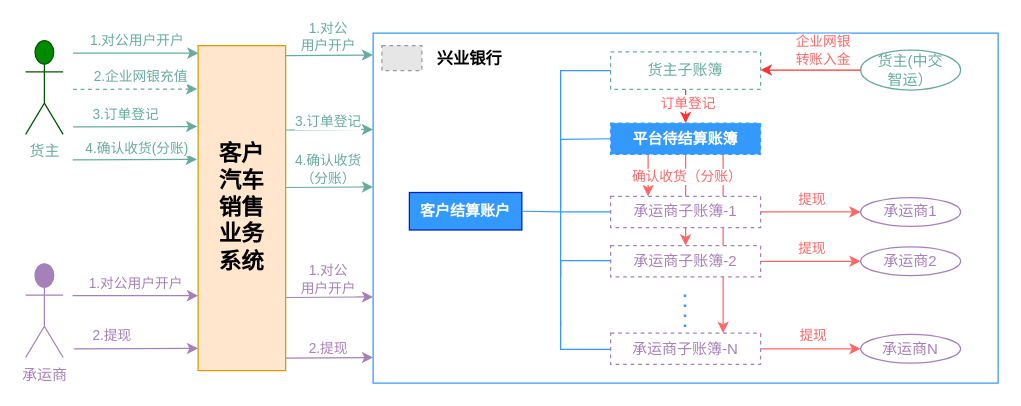
Before: page "电汇方案" (2 of 3) of 汽车直销方案.drawio in linkun199011/draw-io, a draw.io diagram. Source tidied: cells renumbered, new cells numbered last; positions are measured from the earlier drawing's top-left corner, leaving out a move shared by most shapes. Both pictures are drawn from the tidied source at 125%, with x=0, y=0 at pixel (25, 32). Pictures stored in the file or linked from it are replaced by grey dashed boxes.
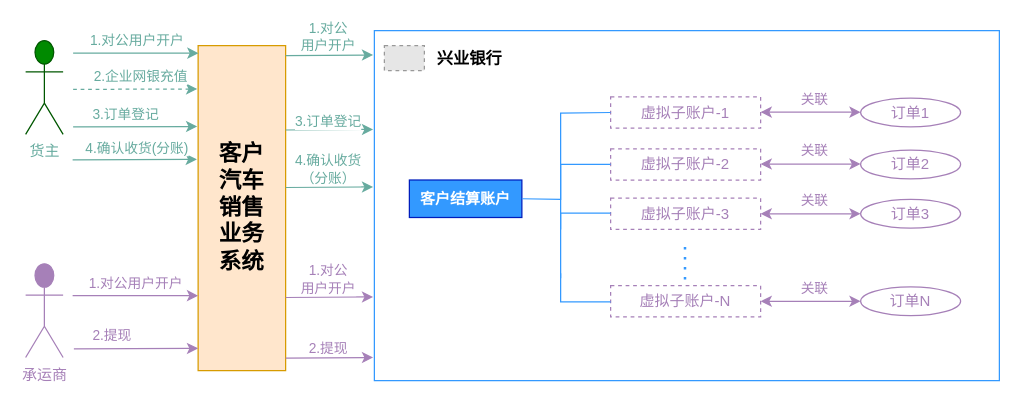
The same page after the edit.

Commit message:
更新汽车直销方案.drawio

The edit, as a diff of the source:
```diff
@@
-    <mxCell id="3" style="rounded=0;whiteSpace=wrap;html=1;fontSize=18;fontStyle=1;align=left;strokeColor=#3399FF;" parent="1" vertex="1">
-      <mxGeometry x="278" width="500" height="280" as="geometry" />
+    <mxCell id="3" style="rounded=0;whiteSpace=wrap;html=1;fontSize=18;fontStyle=1;align=left;strokeColor=#3399FF;fillColor=none;" parent="1" vertex="1">
+      <mxGeometry x="279" y="-2" width="500" height="280" as="geometry" />
     </mxCell>
     <mxCell id="4" style="fillColor=#E6E6E6;strokeColor=#999999;dashed=1;verticalLabelPosition=bottom;labelBackgroundColor=default;verticalAlign=top;" parent="1" vertex="1">
-      <mxGeometry x="285" y="10" width="32" height="19.9" as="geometry" />
+      <mxGeometry x="287" y="10" width="32" height="19.9" as="geometry" />
     </mxCell>
     <mxCell id="5" value="&lt;b&gt;&lt;font color=&quot;#ffffff&quot;&gt;客户结算账户&lt;/font&gt;&lt;/b&gt;" style="rounded=0;whiteSpace=wrap;html=1;fillColor=#3399FF;strokeColor=#001DBC;fontColor=#ffffff;" parent="1" vertex="1">
-      <mxGeometry x="307" y="127.5" width="90" height="30" as="geometry" />
+      <mxGeometry x="307" y="117.5" width="90" height="30" as="geometry" />
     </mxCell>
-    <mxCell id="6" style="edgeStyle=orthogonalEdgeStyle;rounded=0;jettySize=auto;html=1;entryX=0.5;entryY=0;entryDx=0;entryDy=0;strokeColor=#FF3333;" parent="1" edge="1" source="8" target="13">
-      <mxGeometry relative="1" as="geometry" />
-    </mxCell>
-    <mxCell id="7" value="订单登记" style="edgeLabel;html=1;align=center;verticalAlign=middle;fontColor=#FF6666;" parent="6" vertex="1">
-      <mxGeometry x="-0.54" y="1" relative="1" as="geometry">
-        <mxPoint y="-2" as="offset" />
-      </mxGeometry>
-    </mxCell>
-    <mxCell id="8" value="货主子账簿" style="rounded=0;whiteSpace=wrap;html=1;fillColor=#FFFFFF;strokeColor=#67AB9F;fontColor=#67AB9F;dashed=1;fontStyle=0;" parent="1" vertex="1">
-      <mxGeometry x="468" y="15" width="120" height="30" as="geometry" />
-    </mxCell>
-    <mxCell id="9" style="edgeStyle=orthogonalEdgeStyle;rounded=0;jettySize=auto;html=1;entryX=0.25;entryY=0;entryDx=0;entryDy=0;exitX=0.25;exitY=1;exitDx=0;exitDy=0;strokeColor=#FF6666;" parent="1" edge="1" source="13" target="16">
-      <mxGeometry relative="1" as="geometry" />
-    </mxCell>
-    <mxCell id="10" style="edgeStyle=orthogonalEdgeStyle;rounded=0;jettySize=auto;html=1;entryX=0.5;entryY=0;entryDx=0;entryDy=0;exitX=0.5;exitY=1;exitDx=0;exitDy=0;strokeColor=#FF6666;" parent="1" edge="1" source="13" target="19">
-      <mxGeometry relative="1" as="geometry" />
-    </mxCell>
-    <mxCell id="11" style="edgeStyle=orthogonalEdgeStyle;rounded=0;jettySize=auto;html=1;entryX=0.75;entryY=0;entryDx=0;entryDy=0;exitX=0.75;exitY=1;exitDx=0;exitDy=0;strokeColor=#FF6666;" parent="1" edge="1" source="13" target="22">
-      <mxGeometry relative="1" as="geometry" />
-    </mxCell>
-    <mxCell id="12" value="确认收货（分账）" style="edgeLabel;html=1;align=center;verticalAlign=middle;fontColor=#FF6666;" parent="11" vertex="1">
-      <mxGeometry x="0.3" y="-2" relative="1" as="geometry">
-        <mxPoint x="-28" y="-76" as="offset" />
-      </mxGeometry>
-    </mxCell>
-    <mxCell id="13" value="&lt;font color=&quot;#ffffff&quot;&gt;&lt;b&gt;平台待结算账簿&lt;/b&gt;&lt;/font&gt;" style="rounded=0;whiteSpace=wrap;html=1;fillColor=#3399FF;strokeColor=#3399FF;fontColor=#000000;dashed=1;fontStyle=0;" parent="1" vertex="1">
-      <mxGeometry x="468" y="72" width="120" height="25" as="geometry" />
+    <mxCell id="13" value="&lt;font color=&quot;#a680b8&quot;&gt;&lt;span style=&quot;caret-color: rgb(166, 128, 184);&quot;&gt;虚拟子账户-1&lt;/span&gt;&lt;/font&gt;" style="rounded=0;whiteSpace=wrap;html=1;fillColor=none;strokeColor=#A680B8;fontColor=#000000;dashed=1;fontStyle=0;" parent="1" vertex="1">
+      <mxGeometry x="468" y="51" width="120" height="25" as="geometry" />
     </mxCell>
-    <mxCell id="14" style="edgeStyle=orthogonalEdgeStyle;rounded=0;jettySize=auto;html=1;entryX=0;entryY=0.5;entryDx=0;entryDy=0;strokeColor=#FF6666;" parent="1" edge="1" source="16" target="32">
-      <mxGeometry relative="1" as="geometry" />
-    </mxCell>
-    <mxCell id="15" value="提现" style="edgeLabel;html=1;align=center;verticalAlign=middle;fontColor=#FF6666;" parent="14" vertex="1">
-      <mxGeometry x="0.15" y="1" relative="1" as="geometry">
-        <mxPoint x="-6" y="-10" as="offset" />
-      </mxGeometry>
-    </mxCell>
-    <mxCell id="16" value="&lt;span&gt;承运商子账簿-1&lt;/span&gt;" style="rounded=0;whiteSpace=wrap;html=1;fillColor=#FFFFFF;strokeColor=#A680B8;fontColor=#A680B8;dashed=1;fontStyle=0;" parent="1" vertex="1">
-      <mxGeometry x="468" y="130.5" width="120" height="25" as="geometry" />
+    <mxCell id="16" value="&lt;span&gt;虚拟子账户-2&lt;/span&gt;" style="rounded=0;whiteSpace=wrap;html=1;fillColor=#FFFFFF;strokeColor=#A680B8;fontColor=#A680B8;dashed=1;fontStyle=0;" parent="1" vertex="1">
+      <mxGeometry x="468" y="92.5" width="120" height="25" as="geometry" />
     </mxCell>
-    <mxCell id="17" style="edgeStyle=orthogonalEdgeStyle;rounded=0;jettySize=auto;html=1;entryX=0;entryY=0.5;entryDx=0;entryDy=0;strokeColor=#FF6666;" parent="1" edge="1" source="19" target="33">
-      <mxGeometry relative="1" as="geometry" />
-    </mxCell>
-    <mxCell id="18" value="提现" style="edgeLabel;html=1;align=center;verticalAlign=middle;fontColor=#FF6666;" parent="17" vertex="1">
-      <mxGeometry y="1" relative="1" as="geometry">
-        <mxPoint y="-10" as="offset" />
-      </mxGeometry>
-    </mxCell>
-    <mxCell id="19" value="&lt;span&gt;承运商子账簿-2&lt;/span&gt;" style="rounded=0;whiteSpace=wrap;html=1;fillColor=#FFFFFF;strokeColor=#A680B8;fontColor=#A680B8;dashed=1;fontStyle=0;" parent="1" vertex="1">
-      <mxGeometry x="468" y="170" width="120" height="25" as="geometry" />
+    <mxCell id="19" value="虚拟子账户&lt;span&gt;-3&lt;/span&gt;" style="rounded=0;whiteSpace=wrap;html=1;fillColor=#FFFFFF;strokeColor=#A680B8;fontColor=#A680B8;dashed=1;fontStyle=0;" parent="1" vertex="1">
+      <mxGeometry x="468" y="132" width="120" height="25" as="geometry" />
     </mxCell>
-    <mxCell id="20" style="edgeStyle=orthogonalEdgeStyle;rounded=0;jettySize=auto;html=1;entryX=0;entryY=0.5;entryDx=0;entryDy=0;strokeColor=#FF6666;" parent="1" edge="1" source="22" target="34">
-      <mxGeometry relative="1" as="geometry" />
-    </mxCell>
-    <mxCell id="21" value="提现" style="edgeLabel;html=1;align=center;verticalAlign=middle;fontColor=#FF6666;" parent="20" vertex="1">
-      <mxGeometry x="0.19" relative="1" as="geometry">
-        <mxPoint x="-7" y="-11" as="offset" />
-      </mxGeometry>
-    </mxCell>
-    <mxCell id="22" value="&lt;span&gt;承运商子账簿-N&lt;/span&gt;" style="rounded=0;whiteSpace=wrap;html=1;fillColor=#FFFFFF;strokeColor=#A680B8;fontColor=#A680B8;dashed=1;fontStyle=0;" parent="1" vertex="1">
-      <mxGeometry x="468" y="240" width="120" height="25" as="geometry" />
+    <mxCell id="22" value="虚拟子账户&lt;span&gt;-N&lt;/span&gt;" style="rounded=0;whiteSpace=wrap;html=1;fillColor=#FFFFFF;strokeColor=#A680B8;fontColor=#A680B8;dashed=1;fontStyle=0;" parent="1" vertex="1">
+      <mxGeometry x="468" y="202" width="120" height="25" as="geometry" />
     </mxCell>
     <mxCell id="23" style="endArrow=none;dashed=1;html=1;dashPattern=1 3;strokeWidth=2;rounded=0;strokeColor=#3399FF;fontStyle=0;fontColor=#A680B8;" parent="1" edge="1">
       <mxGeometry relative="1" as="geometry">
-        <mxPoint x="527.5" y="235" as="sourcePoint" />
-        <mxPoint x="527.5" y="205" as="targetPoint" />
+        <mxPoint x="527.5" y="197" as="sourcePoint" />
+        <mxPoint x="527.5" y="167" as="targetPoint" />
       </mxGeometry>
     </mxCell>
-    <mxCell id="24" style="endArrow=none;html=1;rounded=0;entryX=0;entryY=0.5;entryDx=0;entryDy=0;exitX=1;exitY=0.5;exitDx=0;exitDy=0;strokeColor=#3399FF;" parent="1" edge="1" source="5" target="8">
+    <mxCell id="24" style="endArrow=none;html=1;rounded=0;entryX=0;entryY=0.5;entryDx=0;entryDy=0;exitX=1;exitY=0.5;exitDx=0;exitDy=0;strokeColor=#3399FF;" parent="1" edge="1" source="5" target="13">
       <mxGeometry relative="1" as="geometry">
         <Array as="points">
-          <mxPoint x="428" y="143" />
-          <mxPoint x="428" y="30" />
+          <mxPoint x="428" y="133" />
+          <mxPoint x="428" y="64" />
         </Array>
       </mxGeometry>
     </mxCell>
-    <mxCell id="25" style="endArrow=none;html=1;rounded=0;entryX=0;entryY=0.5;entryDx=0;entryDy=0;strokeColor=#3399FF;" parent="1" edge="1" target="13">
-      <mxGeometry relative="1" as="geometry">
-        <mxPoint x="428" y="120" as="sourcePoint" />
-        <Array as="points">
-          <mxPoint x="428" y="140" />
-          <mxPoint x="428" y="85" />
-        </Array>
-      </mxGeometry>
-    </mxCell>
     <mxCell id="26" style="endArrow=none;html=1;rounded=0;entryX=0;entryY=0.5;entryDx=0;entryDy=0;strokeColor=#3399FF;" parent="1" edge="1">
       <mxGeometry relative="1" as="geometry">
-        <mxPoint x="428" y="175" as="sourcePoint" />
-        <mxPoint x="468" y="143" as="targetPoint" />
+        <mxPoint x="428" y="137" as="sourcePoint" />
+        <mxPoint x="468" y="105" as="targetPoint" />
         <Array as="points">
-          <mxPoint x="428" y="195" />
-          <mxPoint x="428" y="143" />
+          <mxPoint x="428" y="157" />
+          <mxPoint x="428" y="105" />
         </Array>
       </mxGeometry>
     </mxCell>
     <mxCell id="27" style="endArrow=none;html=1;rounded=0;entryX=0;entryY=0.5;entryDx=0;entryDy=0;strokeColor=#3399FF;" parent="1" edge="1">
       <mxGeometry relative="1" as="geometry">
-        <mxPoint x="428" y="214" as="sourcePoint" />
-        <mxPoint x="468" y="182" as="targetPoint" />
+        <mxPoint x="428" y="176" as="sourcePoint" />
+        <mxPoint x="468" y="144" as="targetPoint" />
         <Array as="points">
-          <mxPoint x="428" y="234" />
-          <mxPoint x="428" y="182" />
+          <mxPoint x="428" y="196" />
+          <mxPoint x="428" y="144" />
         </Array>
       </mxGeometry>
     </mxCell>
     <mxCell id="28" style="endArrow=none;html=1;rounded=0;entryX=0;entryY=0.5;entryDx=0;entryDy=0;strokeColor=#3399FF;" parent="1" edge="1">
       <mxGeometry relative="1" as="geometry">
-        <mxPoint x="428" y="230" as="sourcePoint" />
-        <mxPoint x="468" y="253" as="targetPoint" />
+        <mxPoint x="428" y="192" as="sourcePoint" />
+        <mxPoint x="468" y="215" as="targetPoint" />
         <Array as="points">
-          <mxPoint x="428" y="230" />
-          <mxPoint x="428" y="253" />
+          <mxPoint x="428" y="192" />
+          <mxPoint x="428" y="215" />
         </Array>
       </mxGeometry>
     </mxCell>
-    <mxCell id="29" value="货主(中交&lt;br&gt;智运）" style="ellipse;whiteSpace=wrap;html=1;strokeColor=#67AB9F;fontColor=#67AB9F;" parent="1" vertex="1">
-      <mxGeometry x="668" y="13.5" width="80" height="32" as="geometry" />
-    </mxCell>
-    <mxCell id="30" style="endArrow=classic;html=1;rounded=0;entryX=1;entryY=0.5;entryDx=0;entryDy=0;exitX=0;exitY=0.5;exitDx=0;exitDy=0;strokeColor=#FF3333;" parent="1" edge="1" source="29">
-      <mxGeometry relative="1" as="geometry">
-        <mxPoint x="588" y="29.5" as="targetPoint" />
-      </mxGeometry>
-    </mxCell>
-    <mxCell id="31" value="企业网银&lt;br&gt;转账入金" style="edgeLabel;html=1;align=center;verticalAlign=middle;fontColor=#FF6666;" parent="30" vertex="1">
-      <mxGeometry x="-0.22" y="-2" relative="1" as="geometry">
-        <mxPoint y="-14" as="offset" />
-      </mxGeometry>
-    </mxCell>
-    <mxCell id="32" value="承运商1" style="ellipse;whiteSpace=wrap;html=1;strokeColor=#A680B8;fontColor=#A680B8;" parent="1" vertex="1">
-      <mxGeometry x="668" y="131.5" width="80" height="23" as="geometry" />
+    <mxCell id="32" value="订单2" style="ellipse;whiteSpace=wrap;html=1;strokeColor=#A680B8;fontColor=#A680B8;" parent="1" vertex="1">
+      <mxGeometry x="668" y="93.5" width="80" height="23" as="geometry" />
     </mxCell>
-    <mxCell id="33" value="承运商2" style="ellipse;whiteSpace=wrap;html=1;strokeColor=#A680B8;fontColor=#A680B8;" parent="1" vertex="1">
-      <mxGeometry x="668" y="171" width="80" height="23" as="geometry" />
+    <mxCell id="33" value="订单3" style="ellipse;whiteSpace=wrap;html=1;strokeColor=#A680B8;fontColor=#A680B8;" parent="1" vertex="1">
+      <mxGeometry x="668" y="133" width="80" height="23" as="geometry" />
     </mxCell>
-    <mxCell id="34" value="承运商N" style="ellipse;whiteSpace=wrap;html=1;strokeColor=#A680B8;fontColor=#A680B8;" parent="1" vertex="1">
-      <mxGeometry x="668" y="241" width="80" height="23" as="geometry" />
+    <mxCell id="34" value="订单N" style="ellipse;whiteSpace=wrap;html=1;strokeColor=#A680B8;fontColor=#A680B8;" parent="1" vertex="1">
+      <mxGeometry x="668" y="203" width="80" height="23" as="geometry" />
     </mxCell>
@@
+    <mxCell id="20" style="endArrow=classic;startArrow=classic;html=1;rounded=0;edgeStyle=orthogonalEdgeStyle;entryX=0;entryY=0.5;entryDx=0;entryDy=0;exitX=1;exitY=0.5;exitDx=0;exitDy=0;fontColor=#A680B8;strokeColor=#A680B8;" parent="1" edge="1" source="22" target="34">
+      <mxGeometry relative="1" as="geometry" />
+    </mxCell>
+    <mxCell id="60" value="关联" style="edgeLabel;html=1;align=center;verticalAlign=middle;fontColor=#A680B8;" parent="20" vertex="1">
+      <mxGeometry x="0.27" y="3" relative="1" as="geometry">
+        <mxPoint x="-9" y="-8" as="offset" />
+      </mxGeometry>
+    </mxCell>
+    <mxCell id="61" style="endArrow=classic;startArrow=classic;html=1;rounded=0;edgeStyle=orthogonalEdgeStyle;entryX=0;entryY=0.5;entryDx=0;entryDy=0;exitX=1;exitY=0.5;exitDx=0;exitDy=0;fontColor=#A680B8;strokeColor=#A680B8;" parent="1" edge="1">
+      <mxGeometry relative="1" as="geometry">
+        <mxPoint x="588" y="144.5" as="sourcePoint" />
+        <mxPoint x="668" y="144.5" as="targetPoint" />
+      </mxGeometry>
+    </mxCell>
+    <mxCell id="62" value="关联" style="edgeLabel;html=1;align=center;verticalAlign=middle;fontColor=#A680B8;" parent="61" vertex="1">
+      <mxGeometry x="0.27" y="3" relative="1" as="geometry">
+        <mxPoint x="-9" y="-8" as="offset" />
+      </mxGeometry>
+    </mxCell>
+    <mxCell id="63" style="endArrow=classic;startArrow=classic;html=1;rounded=0;edgeStyle=orthogonalEdgeStyle;entryX=0;entryY=0.5;entryDx=0;entryDy=0;exitX=1;exitY=0.5;exitDx=0;exitDy=0;fontColor=#A680B8;strokeColor=#A680B8;" parent="1" edge="1">
+      <mxGeometry relative="1" as="geometry">
+        <mxPoint x="588" y="104.7" as="sourcePoint" />
+        <mxPoint x="668" y="104.7" as="targetPoint" />
+      </mxGeometry>
+    </mxCell>
+    <mxCell id="64" value="关联" style="edgeLabel;html=1;align=center;verticalAlign=middle;fontColor=#A680B8;" parent="63" vertex="1">
+      <mxGeometry x="0.27" y="3" relative="1" as="geometry">
+        <mxPoint x="-9" y="-8" as="offset" />
+      </mxGeometry>
+    </mxCell>
+    <mxCell id="65" value="订单1" style="ellipse;whiteSpace=wrap;html=1;strokeColor=#A680B8;fontColor=#A680B8;" parent="1" vertex="1">
+      <mxGeometry x="668" y="52" width="80" height="23" as="geometry" />
+    </mxCell>
+    <mxCell id="66" style="endArrow=classic;startArrow=classic;html=1;rounded=0;edgeStyle=orthogonalEdgeStyle;entryX=0;entryY=0.5;entryDx=0;entryDy=0;exitX=1;exitY=0.5;exitDx=0;exitDy=0;fontColor=#A680B8;strokeColor=#A680B8;" parent="1" edge="1">
+      <mxGeometry relative="1" as="geometry">
+        <mxPoint x="588" y="63.2" as="sourcePoint" />
+        <mxPoint x="668" y="63.2" as="targetPoint" />
+      </mxGeometry>
+    </mxCell>
+    <mxCell id="67" value="关联" style="edgeLabel;html=1;align=center;verticalAlign=middle;fontColor=#A680B8;" parent="66" vertex="1">
+      <mxGeometry x="0.27" y="3" relative="1" as="geometry">
+        <mxPoint x="-9" y="-8" as="offset" />
+      </mxGeometry>
+    </mxCell>
```
